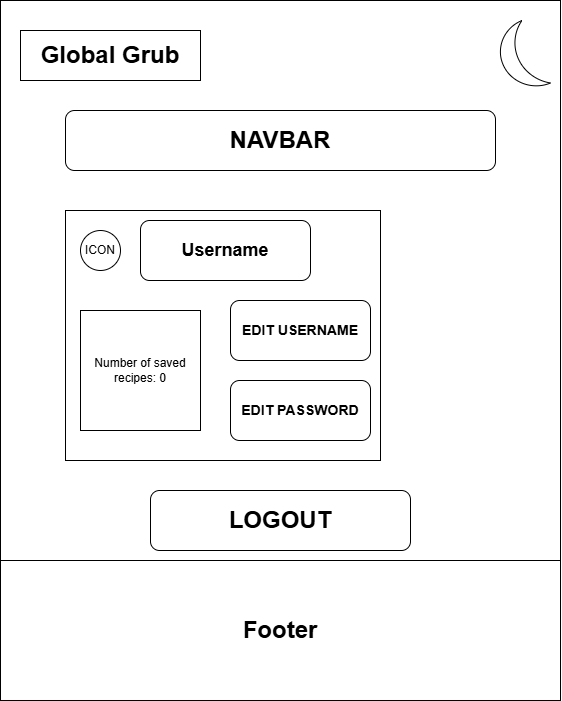
Above: static/homepage.drawio.png in ColmN-Dev/GlobalGrub (draw.io), before the change. Source tidied: cells renumbered, new cells last; positions are measured from the earlier drawing's top-left corner, leaving out a move shared by most shapes.
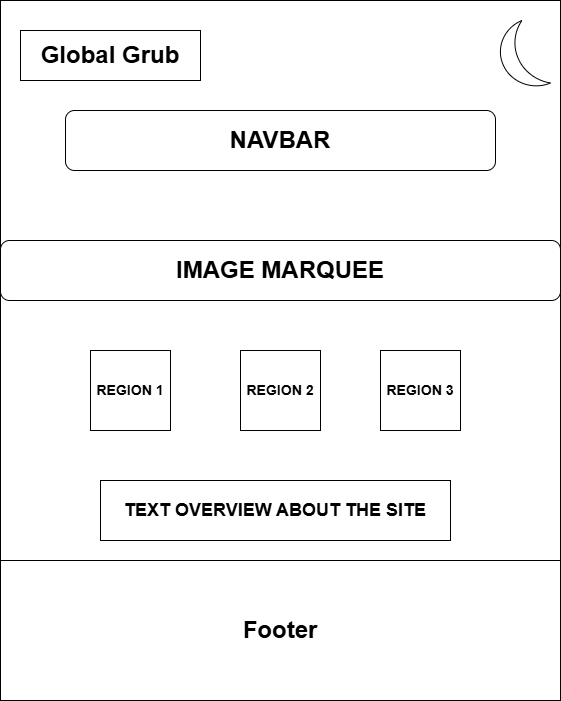
Above is the later version.

Diff of the diagram source:
```diff
@@ -17,26 +17,20 @@
     <mxCell id="6" value="&lt;h1&gt;Footer&lt;/h1&gt;" style="rounded=0;whiteSpace=wrap;html=1;" parent="1" vertex="1">
       <mxGeometry y="560" width="560" height="140" as="geometry" />
     </mxCell>
-    <mxCell id="7" value="&lt;span style=&quot;color: rgba(0, 0, 0, 0); font-family: monospace; font-size: 0px; text-align: start; text-wrap-mode: nowrap;&quot;&gt;%3CmxGraphModel%3E%3Croot%3E%3CmxCell%20id%3D%220%22%2F%3E%3CmxCell%20id%3D%221%22%20parent%3D%220%22%2F%3E%3CmxCell%20id%3D%222%22%20parent%3D%221%22%20style%3D%22html%3D1%3BverticalLabelPosition%3Dbottom%3BlabelBackgroundColor%3D%23ffffff%3BverticalAlign%3Dtop%3Bshadow%3D0%3Bdashed%3D0%3BstrokeWidth%3D2%3Bshape%3Dmxgraph.ios7.misc.left%3BstrokeColor%3D%230080f0%3B%22%20value%3D%22%22%20vertex%3D%221%22%3E%3CmxGeometry%20height%3D%2226%22%20width%3D%2220%22%20x%3D%22290%22%20y%3D%22359%22%20as%3D%22geometry%22%2F%3E%3C%2FmxCell%3E%3C%2Froot%3E%3C%2FmxGraphModel%3E&lt;/span&gt;" style="rounded=0;whiteSpace=wrap;html=1;" parent="1" vertex="1">
-      <mxGeometry x="65" y="210" width="315" height="250" as="geometry" />
-    </mxCell>
-    <mxCell id="8" value="ICON" style="ellipse;whiteSpace=wrap;html=1;" parent="1" vertex="1">
-      <mxGeometry x="80" y="230" width="40" height="40" as="geometry" />
-    </mxCell>
-    <mxCell id="9" value="&lt;h2&gt;Username&lt;/h2&gt;" style="rounded=1;whiteSpace=wrap;html=1;" parent="1" vertex="1">
-      <mxGeometry x="140" y="220" width="170" height="60" as="geometry" />
-    </mxCell>
-    <mxCell id="10" value="Number of saved recipes: 0" style="whiteSpace=wrap;html=1;" parent="1" vertex="1">
-      <mxGeometry x="80" y="310" width="120" height="120" as="geometry" />
-    </mxCell>
-    <mxCell id="11" value="&lt;h1&gt;LOGOUT&lt;/h1&gt;" style="rounded=1;whiteSpace=wrap;html=1;" parent="1" vertex="1">
-      <mxGeometry x="150" y="490" width="260" height="60" as="geometry" />
-    </mxCell>
-    <mxCell id="12" value="&lt;h3&gt;EDIT USERNAME&lt;/h3&gt;" style="rounded=1;whiteSpace=wrap;html=1;" parent="1" vertex="1">
-      <mxGeometry x="230" y="300" width="140" height="60" as="geometry" />
-    </mxCell>
-    <mxCell id="13" value="&lt;h3&gt;EDIT PASSWORD&lt;/h3&gt;" style="rounded=1;whiteSpace=wrap;html=1;" parent="1" vertex="1">
-      <mxGeometry x="230" y="380" width="140" height="60" as="geometry" />
-    </mxCell>
+    <mxCell id="14" value="&lt;h1&gt;IMAGE MARQUEE&lt;/h1&gt;" style="rounded=1;whiteSpace=wrap;html=1;" parent="1" vertex="1">
+      <mxGeometry y="240" width="560" height="60" as="geometry" />
+    </mxCell>
+    <mxCell id="15" value="&lt;h3&gt;REGION 1&lt;/h3&gt;" style="whiteSpace=wrap;html=1;" parent="1" vertex="1">
+      <mxGeometry x="90" y="350" width="80" height="80" as="geometry" />
+    </mxCell>
+    <mxCell id="16" value="&lt;h3&gt;REGION 2&lt;/h3&gt;" style="whiteSpace=wrap;html=1;" parent="1" vertex="1">
+      <mxGeometry x="240" y="350" width="80" height="80" as="geometry" />
+    </mxCell>
+    <mxCell id="17" value="&lt;h3&gt;REGION 3&lt;/h3&gt;" style="whiteSpace=wrap;html=1;" parent="1" vertex="1">
+      <mxGeometry x="380" y="350" width="80" height="80" as="geometry" />
+    </mxCell>
+    <mxCell id="18" value="&lt;h2&gt;TEXT OVERVIEW ABOUT THE SITE&lt;/h2&gt;" style="rounded=0;whiteSpace=wrap;html=1;" parent="1" vertex="1">
+      <mxGeometry x="100" y="480" width="350" height="60" as="geometry" />
+    </mxCell>
   </root>
 </mxGraphModel>
```
